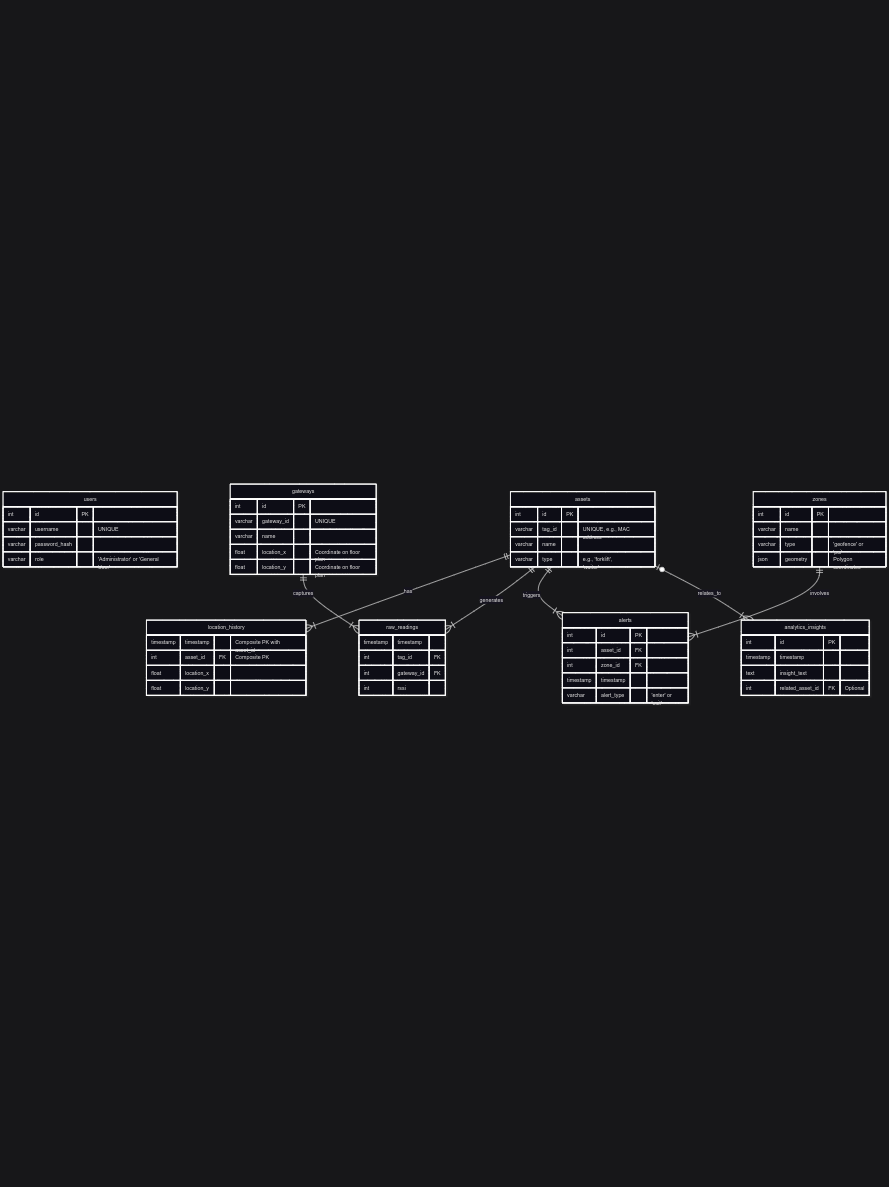
Above: docs/diagrams/system-design-er-diagram.png in TaguiaIps/rtls-project (Mermaid), before the change. Its source is kept beside it as docs/diagrams/system-design-er-diagram.mmd.
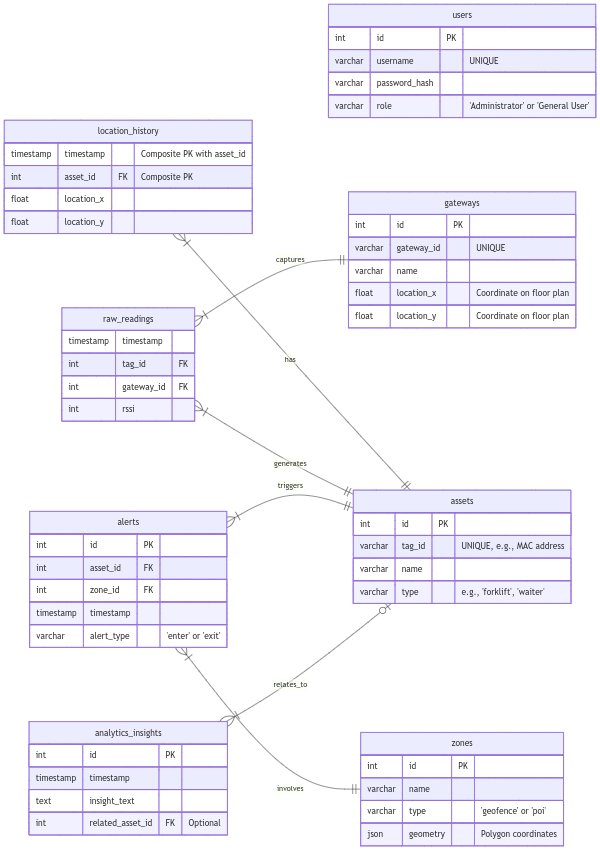
After the commit.

Diff of the diagram source:
```diff
@@ -1,4 +1,5 @@
 erDiagram
+    direction RL
     users {
         int id PK
         varchar username "UNIQUE"
```
